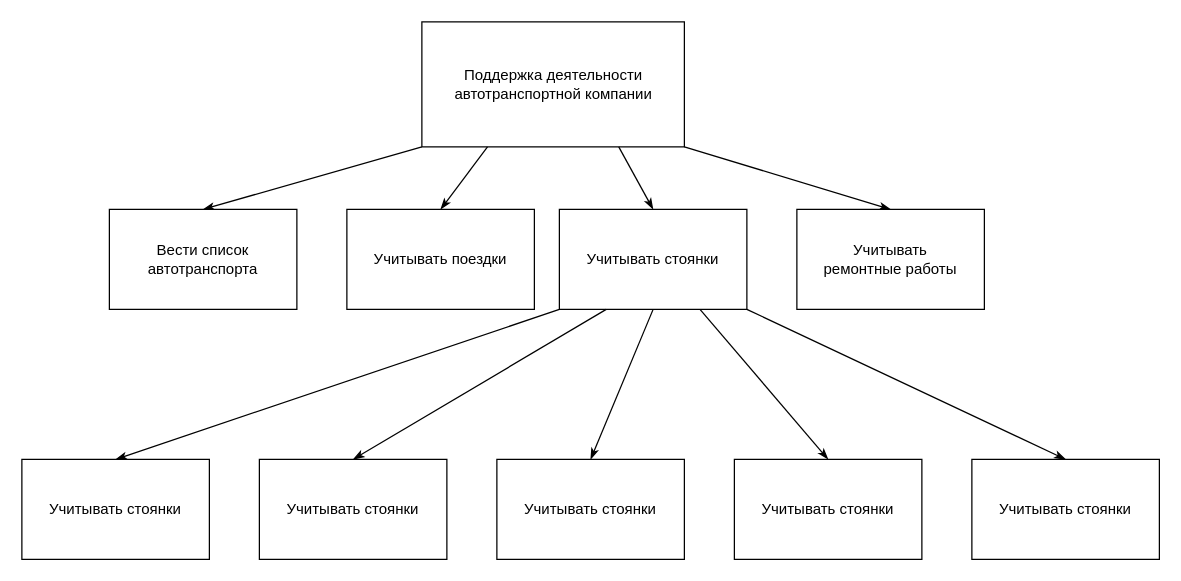
This is бизнес _процессы_4_практическая.drawio from Merfarion/Diagrams-and-schemes, a draw.io file, before an edit. Source tidied: cells renumbered, new cells numbered last; positions are measured from the earlier drawing's top-left corner, leaving out a move shared by most shapes. Both pictures are drawn from the tidied source at 125%, with x=0, y=0 at pixel (21, 21).
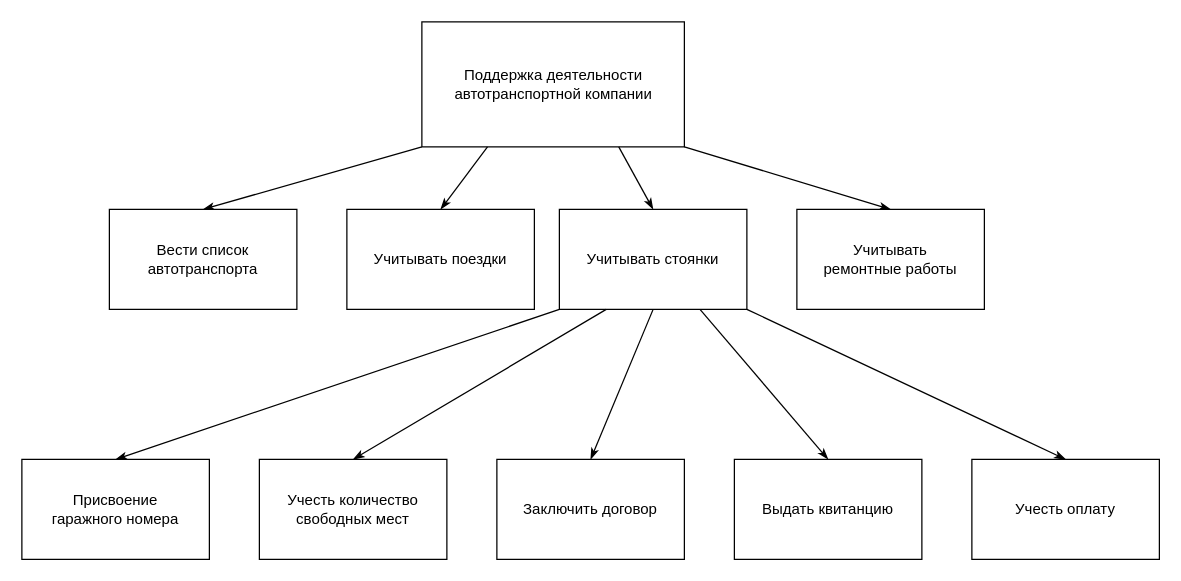
After the change.

Change to the diagram source:
```diff
@@
-    <mxCell id="17" value="Учитывать стоянки" style="text;html=1;strokeColor=none;fillColor=none;align=center;verticalAlign=middle;whiteSpace=wrap;rounded=0;" parent="1" vertex="1">
+    <mxCell id="17" value="Учесть количество свободных мест" style="text;html=1;strokeColor=none;fillColor=none;align=center;verticalAlign=middle;whiteSpace=wrap;rounded=0;" parent="1" vertex="1">
       <mxGeometry x="210" y="365" width="110" height="50" as="geometry" />
     </mxCell>
@@
-    <mxCell id="19" value="Учитывать стоянки" style="text;html=1;strokeColor=none;fillColor=none;align=center;verticalAlign=middle;whiteSpace=wrap;rounded=0;" parent="1" vertex="1">
+    <mxCell id="19" value="Заключить договор" style="text;html=1;strokeColor=none;fillColor=none;align=center;verticalAlign=middle;whiteSpace=wrap;rounded=0;" parent="1" vertex="1">
       <mxGeometry x="400" y="365" width="110" height="50" as="geometry" />
     </mxCell>
@@
-    <mxCell id="21" value="Учитывать стоянки" style="text;html=1;strokeColor=none;fillColor=none;align=center;verticalAlign=middle;whiteSpace=wrap;rounded=0;" parent="1" vertex="1">
+    <mxCell id="21" value="Выдать квитанцию" style="text;html=1;strokeColor=none;fillColor=none;align=center;verticalAlign=middle;whiteSpace=wrap;rounded=0;" parent="1" vertex="1">
       <mxGeometry x="590" y="365" width="110" height="50" as="geometry" />
     </mxCell>
@@
-    <mxCell id="23" value="Учитывать стоянки" style="text;html=1;strokeColor=none;fillColor=none;align=center;verticalAlign=middle;whiteSpace=wrap;rounded=0;" parent="1" vertex="1">
+    <mxCell id="23" value="Учесть оплату" style="text;html=1;strokeColor=none;fillColor=none;align=center;verticalAlign=middle;whiteSpace=wrap;rounded=0;" parent="1" vertex="1">
       <mxGeometry x="780" y="365" width="110" height="50" as="geometry" />
     </mxCell>
@@
-    <mxCell id="25" value="Учитывать стоянки" style="text;html=1;strokeColor=none;fillColor=none;align=center;verticalAlign=middle;whiteSpace=wrap;rounded=0;" parent="1" vertex="1">
+    <mxCell id="25" value="Присвоение гаражного номера" style="text;html=1;strokeColor=none;fillColor=none;align=center;verticalAlign=middle;whiteSpace=wrap;rounded=0;" parent="1" vertex="1">
       <mxGeometry x="20" y="365" width="110" height="50" as="geometry" />
     </mxCell>
```
